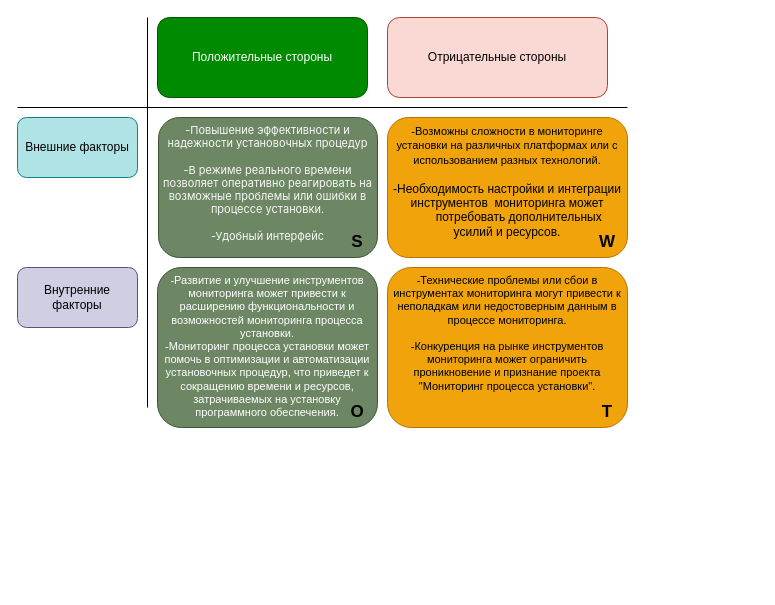
The draw.io diagram Project_Analysis/SWOT/SWOT.drawio in AynurVafin/Install_monitor, before the edit. Source tidied: cells renumbered, new cells numbered last; positions are measured from the earlier drawing's top-left corner, leaving out a move shared by most shapes. Both pictures are drawn from the tidied source at 100%, with x=0, y=0 at pixel (17, 17).
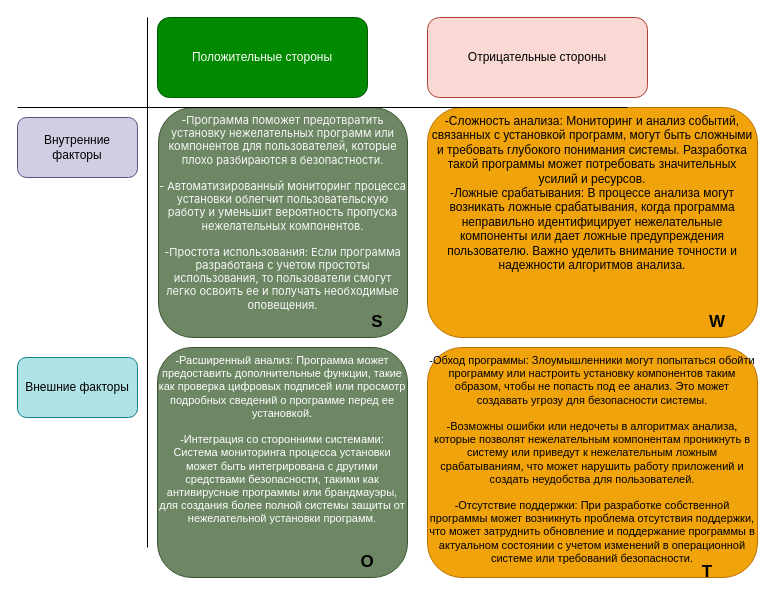
The same page after the edit.

What changed in the source:
```diff
@@
 <mxGraphModel>
   <root>
     <mxCell id="0" />
     <mxCell id="1" parent="0" />
     <mxCell id="2" value="Положительные стороны" style="rounded=1;whiteSpace=wrap;html=1;fillColor=#008a00;fontColor=#ffffff;strokeColor=#005700;" parent="1" vertex="1">
       <mxGeometry x="140" width="210" height="80" as="geometry" />
     </mxCell>
     <mxCell id="3" value="Внутренние факторы" style="rounded=1;whiteSpace=wrap;html=1;fillColor=#d0cee2;strokeColor=#56517e;" parent="1" vertex="1">
-      <mxGeometry y="250" width="120" height="60" as="geometry" />
+      <mxGeometry y="100" width="120" height="60" as="geometry" />
     </mxCell>
     <mxCell id="4" value="Внешние факторы" style="rounded=1;whiteSpace=wrap;html=1;fillColor=#b0e3e6;strokeColor=#0e8088;" parent="1" vertex="1">
-      <mxGeometry y="100" width="120" height="60" as="geometry" />
+      <mxGeometry y="340" width="120" height="60" as="geometry" />
     </mxCell>
     <mxCell id="5" value="Отрицательные стороны" style="rounded=1;whiteSpace=wrap;html=1;fillColor=#fad9d5;strokeColor=#ae4132;" parent="1" vertex="1">
-      <mxGeometry x="370" width="220" height="80" as="geometry" />
+      <mxGeometry x="410" width="220" height="80" as="geometry" />
     </mxCell>
-    <mxCell id="6" value="&lt;span style=&quot;color: rgb(248, 248, 248); font-family: Inter, -apple-system, &amp;quot;system-ui&amp;quot;, &amp;quot;Segoe UI&amp;quot;, Roboto, Helvetica, Arial, sans-serif, &amp;quot;Apple Color Emoji&amp;quot;, &amp;quot;Segoe UI Emoji&amp;quot;, &amp;quot;Segoe UI Symbol&amp;quot;; font-size: 11px; font-style: normal; font-variant-ligatures: normal; font-variant-caps: normal; font-weight: 400; letter-spacing: normal; orphans: 2; text-align: left; text-indent: 0px; text-transform: none; widows: 2; word-spacing: 0px; -webkit-text-stroke-width: 0px; text-decoration-thickness: initial; text-decoration-style: initial; text-decoration-color: initial; float: none; display: inline !important;&quot;&gt;-Повышение эффективности и надежности установочных процедур&lt;br&gt;&lt;br&gt;-В режиме реального времени позволяет оперативно реагировать на возможные проблемы или ошибки в процессе установки.&lt;br&gt;&lt;br&gt;-Удобный интерфейс&lt;br&gt;&lt;/span&gt;" style="rounded=1;whiteSpace=wrap;html=1;fontSize=11;verticalAlign=top;fillColor=#6d8764;strokeColor=#3A5431;fontColor=#ffffff;" parent="1" vertex="1">
-      <mxGeometry x="141" y="100" width="219" height="140" as="geometry" />
+    <mxCell id="6" value="&lt;span style=&quot;orphans: 2; text-align: left; text-indent: 0px; widows: 2; text-decoration-thickness: initial; text-decoration-style: initial; text-decoration-color: initial; float: none; display: inline !important;&quot;&gt;&lt;font face=&quot;Inter, -apple-system, system-ui, Segoe UI, Roboto, Helvetica, Arial, sans-serif, Apple Color Emoji, Segoe UI Emoji, Segoe UI Symbol&quot; color=&quot;#f8f8f8&quot;&gt;-Программа поможет предотвратить установку нежелательных программ или компонентов для пользователей, которые плохо разбираются в безопастности.&lt;br&gt;&lt;/font&gt;&lt;br&gt;&lt;font face=&quot;Inter, -apple-system, system-ui, Segoe UI, Roboto, Helvetica, Arial, sans-serif, Apple Color Emoji, Segoe UI Emoji, Segoe UI Symbol&quot; color=&quot;#f8f8f8&quot;&gt;-&amp;nbsp;Автоматизированный мониторинг процесса установки облегчит пользовательскую работу и уменьшит вероятность пропуска нежелательных компонентов.&lt;/font&gt;&lt;br&gt;&lt;br&gt;&lt;font face=&quot;Inter, -apple-system, system-ui, Segoe UI, Roboto, Helvetica, Arial, sans-serif, Apple Color Emoji, Segoe UI Emoji, Segoe UI Symbol&quot; color=&quot;#f8f8f8&quot;&gt;-Простота использования: Если программа разработана с учетом простоты использования, то пользователи смогут легко освоить ее и получать необходимые оповещения.&lt;/font&gt;&lt;br&gt;&lt;/span&gt;" style="rounded=1;whiteSpace=wrap;html=1;fontSize=11;verticalAlign=top;fillColor=#6d8764;strokeColor=#3A5431;fontColor=#ffffff;" parent="1" vertex="1">
+      <mxGeometry x="141" y="90" width="249" height="230" as="geometry" />
     </mxCell>
-    <mxCell id="7" value="-Развитие и улучшение инструментов мониторинга может привести к расширению функциональности и возможностей мониторинга процесса установки.&lt;br&gt;-Мониторинг процесса установки может помочь в оптимизации и автоматизации установочных процедур, что приведет к сокращению времени и ресурсов, затрачиваемых на установку программного обеспечения.&lt;br&gt;&lt;br&gt;" style="rounded=1;whiteSpace=wrap;html=1;fillColor=#6d8764;fontColor=#ffffff;strokeColor=#3A5431;fontSize=11;verticalAlign=top;align=center;" parent="1" vertex="1">
-      <mxGeometry x="140" y="250" width="220" height="160" as="geometry" />
+    <mxCell id="7" value="-Расширенный анализ: Программа может предоставить дополнительные функции, такие как проверка цифровых подписей или просмотр подробных сведений о программе перед ее установкой.&lt;br&gt;&lt;br&gt;-Интеграция со сторонними системами: Система мониторинга процесса установки может быть интегрирована с другими средствами безопасности, такими как антивирусные программы или брандмауэры, для создания более полной системы защиты от нежелательной установки программ.&lt;br&gt;" style="rounded=1;whiteSpace=wrap;html=1;fillColor=#6d8764;fontColor=#ffffff;strokeColor=#3A5431;fontSize=11;verticalAlign=top;align=center;" parent="1" vertex="1">
+      <mxGeometry x="140" y="330" width="250" height="230" as="geometry" />
     </mxCell>
-    <mxCell id="8" value="-Технические проблемы или сбои в инструментах мониторинга могут привести к неполадкам или недостоверным данным в процессе мониторинга.&lt;br&gt;&lt;br&gt;-Конкуренция на рынке инструментов мониторинга может ограничить проникновение и признание проекта &quot;Мониторинг процесса установки&quot;." style="rounded=1;whiteSpace=wrap;html=1;fillColor=#f0a30a;fontColor=#000000;strokeColor=#BD7000;fontSize=11;verticalAlign=top;" parent="1" vertex="1">
-      <mxGeometry x="370" y="250" width="240" height="160" as="geometry" />
+    <mxCell id="8" value="-Обход программы: Злоумышленники могут попытаться обойти программу или настроить установку компонентов таким образом, чтобы не попасть под ее анализ. Это может создавать угрозу для безопасности системы.&lt;br&gt;&lt;br&gt;-Возможны ошибки или недочеты в алгоритмах анализа, которые позволят нежелательным компонентам проникнуть в систему или приведут к нежелательным ложным срабатываниям, что может нарушить работу приложений и создать неудобства для пользователей.&lt;br&gt;&lt;br&gt;-Отсутствие поддержки: При разработке собственной программы может возникнуть проблема отсутствия поддержки, что может затруднить обновление и поддержание программы в актуальном состоянии с учетом изменений в операционной системе или требований безопасности." style="rounded=1;whiteSpace=wrap;html=1;fillColor=#f0a30a;fontColor=#000000;strokeColor=#BD7000;fontSize=11;verticalAlign=top;" parent="1" vertex="1">
+      <mxGeometry x="410" y="330" width="330" height="230" as="geometry" />
     </mxCell>
-    <mxCell id="9" value="&lt;font style=&quot;font-size: 11px;&quot;&gt;-Возможны сложности в мониторинге установки на различных платформах или с использованием разных технологий.&lt;br&gt;&lt;br&gt;&lt;/font&gt;-Необходимость настройки и интеграции инструментов&amp;nbsp; мониторинга может&lt;br&gt;&amp;nbsp; &amp;nbsp; &amp;nbsp; &amp;nbsp;потребовать дополнительных &lt;br&gt;усилий и ресурсов." style="rounded=1;whiteSpace=wrap;html=1;fillColor=#f0a30a;fontColor=#000000;strokeColor=#BD7000;verticalAlign=top;" parent="1" vertex="1">
-      <mxGeometry x="370" y="100" width="240" height="140" as="geometry" />
+    <mxCell id="9" value="&lt;font style=&quot;&quot;&gt;-Сложность анализа: Мониторинг и анализ событий, связанных с установкой программ, могут быть сложными и требовать глубокого понимания системы. Разработка такой программы может потребовать значительных усилий и ресурсов.&lt;br&gt;&lt;/font&gt;-Ложные срабатывания: В процессе анализа могут возникать ложные срабатывания, когда программа неправильно идентифицирует нежелательные компоненты или дает ложные предупреждения пользователю. Важно уделить внимание точности и надежности алгоритмов анализа." style="rounded=1;whiteSpace=wrap;html=1;fillColor=#f0a30a;fontColor=#000000;strokeColor=#BD7000;verticalAlign=top;" parent="1" vertex="1">
+      <mxGeometry x="410" y="90" width="330" height="230" as="geometry" />
     </mxCell>
     <mxCell id="10" style="endArrow=none;html=1;rounded=0;" parent="1" edge="1">
       <mxGeometry relative="1" as="geometry">
         <mxPoint y="90" as="sourcePoint" />
         <mxPoint x="610" y="90" as="targetPoint" />
       </mxGeometry>
     </mxCell>
     <mxCell id="11" style="endArrow=none;html=1;rounded=0;" parent="1" edge="1">
       <mxGeometry relative="1" as="geometry">
-        <mxPoint x="130" y="390" as="sourcePoint" />
+        <mxPoint x="130" y="530" as="sourcePoint" />
         <mxPoint x="130" as="targetPoint" />
       </mxGeometry>
     </mxCell>
     <mxCell id="12" value="S" style="text;html=1;strokeColor=none;fillColor=none;align=center;verticalAlign=middle;whiteSpace=wrap;rounded=0;fontStyle=1;fontSize=17;" parent="1" vertex="1">
-      <mxGeometry x="310" y="210" width="60" height="30" as="geometry" />
+      <mxGeometry x="330" y="290" width="60" height="30" as="geometry" />
     </mxCell>
     <mxCell id="13" value="W" style="text;html=1;strokeColor=none;fillColor=none;align=center;verticalAlign=middle;whiteSpace=wrap;rounded=0;fontStyle=1;fontSize=17;" parent="1" vertex="1">
-      <mxGeometry x="560" y="210" width="60" height="30" as="geometry" />
+      <mxGeometry x="670" y="290" width="60" height="30" as="geometry" />
     </mxCell>
     <mxCell id="14" value="O" style="text;html=1;strokeColor=none;fillColor=none;align=center;verticalAlign=middle;whiteSpace=wrap;rounded=0;fontSize=17;fontStyle=1;" parent="1" vertex="1">
-      <mxGeometry x="310" y="380" width="60" height="30" as="geometry" />
+      <mxGeometry x="320" y="530" width="60" height="30" as="geometry" />
     </mxCell>
     <mxCell id="15" value="T" style="text;html=1;strokeColor=none;fillColor=none;align=center;verticalAlign=middle;whiteSpace=wrap;rounded=0;fontSize=17;fontStyle=1;" parent="1" vertex="1">
-      <mxGeometry x="560" y="380" width="60" height="30" as="geometry" />
+      <mxGeometry x="660" y="540" width="60" height="30" as="geometry" />
     </mxCell>
   </root>
 </mxGraphModel>
```
